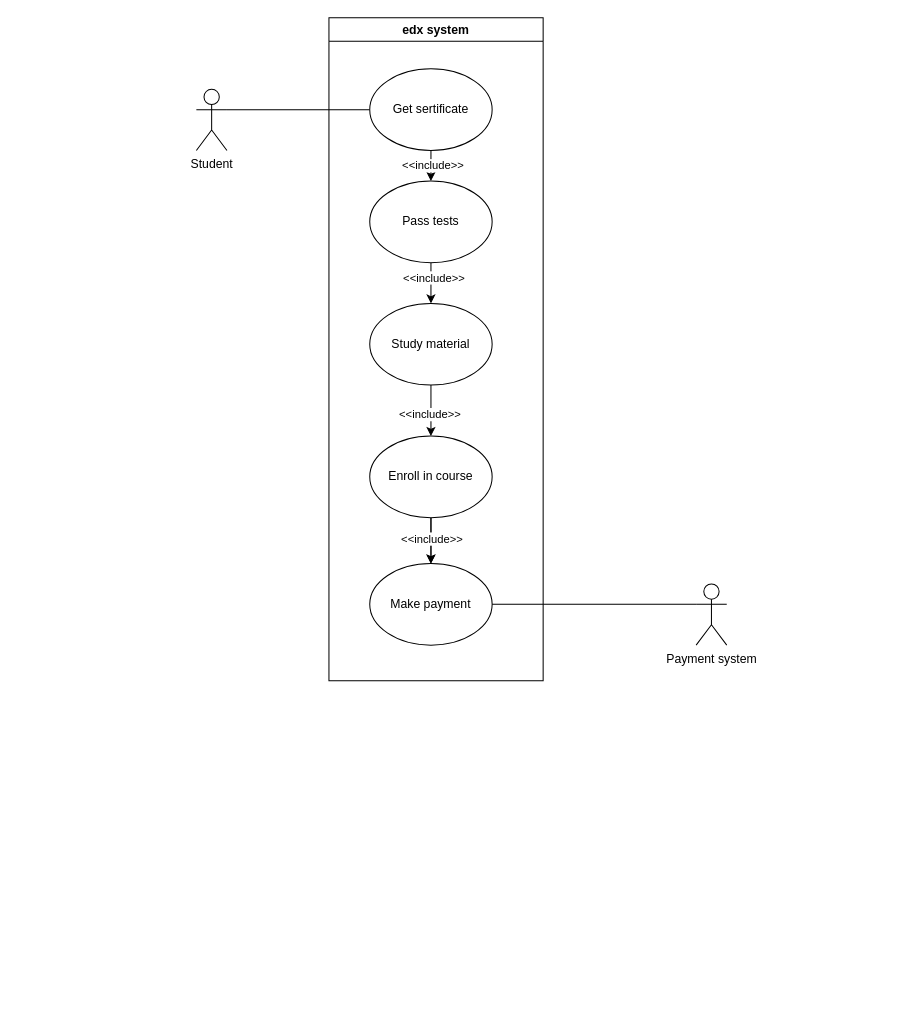
The draw.io diagram use-case.drawio.xml in vladkuz54/doc, before the edit. Source tidied: cells renumbered, new cells numbered last; positions are measured from the earlier drawing's top-left corner, leaving out a move shared by most shapes. Both pictures are drawn from the tidied source at 102%, with x=0, y=0 at pixel (196, 17).
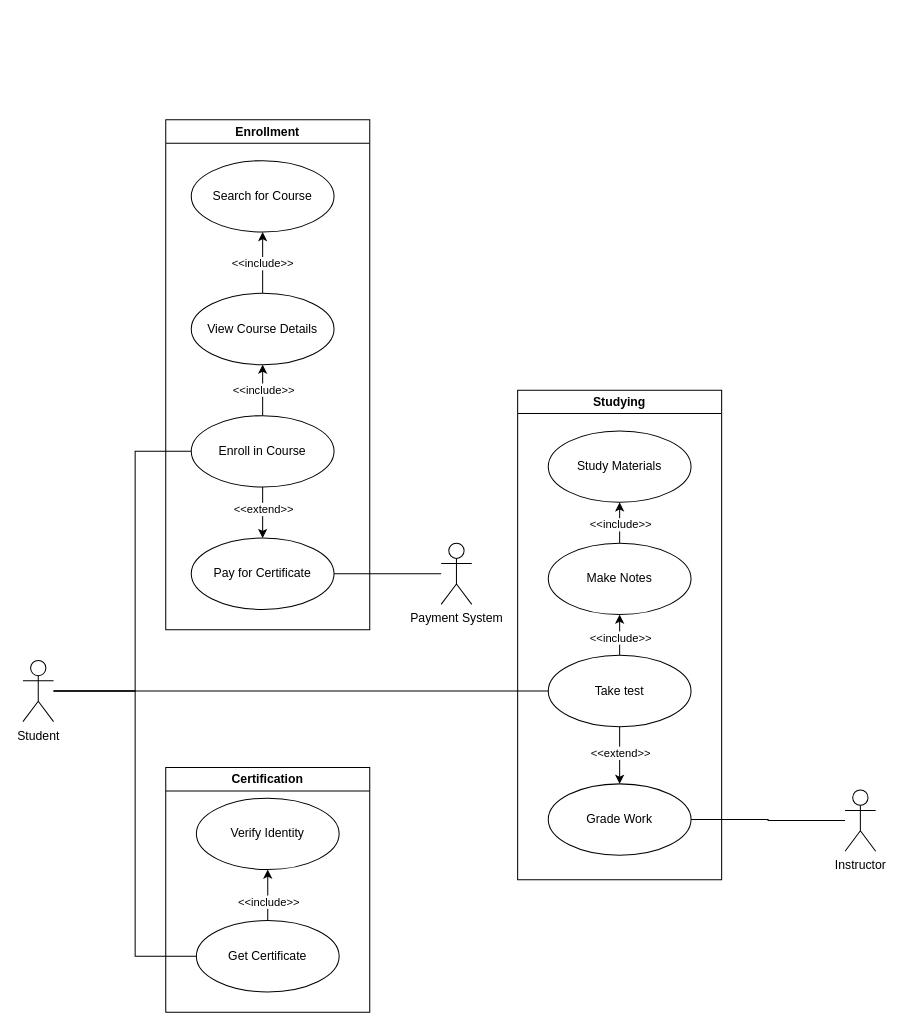
After the change.

What changed in the source:
```diff
@@
-    <mxCell id="2" value="Student" style="shape=umlActor;verticalLabelPosition=bottom;verticalAlign=top;html=1;outlineConnect=0;" parent="1" vertex="1">
-      <mxGeometry y="70" width="30" height="60" as="geometry" />
+    <mxCell id="2" style="edgeStyle=orthogonalEdgeStyle;rounded=0;jettySize=auto;html=1;entryX=1;entryY=0.5;entryDx=0;entryDy=0;endArrow=none;endFill=0;" parent="1" edge="1" source="3" target="33">
+      <mxGeometry relative="1" as="geometry" />
     </mxCell>
-    <mxCell id="3" value="Payment system" style="shape=umlActor;verticalLabelPosition=bottom;verticalAlign=top;html=1;outlineConnect=0;align=center;" parent="1" vertex="1">
-      <mxGeometry x="490" y="555" width="30" height="60" as="geometry" />
+    <mxCell id="3" value="Instructor" style="shape=umlActor;verticalLabelPosition=bottom;verticalAlign=top;html=1;" parent="1" vertex="1">
+      <mxGeometry x="636" y="757" width="30" height="60" as="geometry" />
     </mxCell>
-    <mxCell id="4" style="edgeStyle=orthogonalEdgeStyle;rounded=0;jettySize=auto;html=1;" parent="1" edge="1" source="11" target="8">
-      <mxGeometry relative="1" as="geometry" />
+    <mxCell id="4" style="edgeStyle=orthogonalEdgeStyle;rounded=0;jettySize=auto;html=1;entryX=0;entryY=0.5;entryDx=0;entryDy=0;endArrow=none;endFill=0;" parent="1" edge="1" source="7" target="18">
+      <mxGeometry relative="1" as="geometry">
+        <Array as="points">
+          <mxPoint x="-60" y="660" />
+          <mxPoint x="-60" y="425" />
+        </Array>
+      </mxGeometry>
     </mxCell>
-    <mxCell id="5" value="&amp;lt;&amp;lt;include&amp;gt;&amp;gt;" style="edgeLabel;html=1;align=center;verticalAlign=middle;" parent="4" vertex="1">
-      <mxGeometry x="0.35" y="1" relative="1" as="geometry" />
+    <mxCell id="5" style="edgeStyle=orthogonalEdgeStyle;rounded=0;jettySize=auto;html=1;entryX=0;entryY=0.5;entryDx=0;entryDy=0;endArrow=none;endFill=0;" parent="1" edge="1" source="7" target="25">
+      <mxGeometry relative="1" as="geometry" />
     </mxCell>
-    <mxCell id="6" style="edgeStyle=orthogonalEdgeStyle;rounded=0;jettySize=auto;html=1;" parent="1" edge="1" source="8" target="14">
-      <mxGeometry relative="1" as="geometry" />
+    <mxCell id="6" style="edgeStyle=orthogonalEdgeStyle;rounded=0;jettySize=auto;html=1;entryX=0;entryY=0.5;entryDx=0;entryDy=0;endArrow=none;endFill=0;" parent="1" edge="1" source="7" target="31">
+      <mxGeometry relative="1" as="geometry">
+        <Array as="points">
+          <mxPoint x="-60" y="660" />
+          <mxPoint x="-60" y="920" />
+        </Array>
+      </mxGeometry>
     </mxCell>
-    <mxCell id="7" value="&amp;lt;&amp;lt;include&amp;gt;&amp;gt;" style="edgeLabel;html=1;align=center;verticalAlign=middle;points=[];" parent="6" vertex="1">
-      <mxGeometry x="-0.3" y="2" relative="1" as="geometry" />
+    <mxCell id="7" value="Student" style="shape=umlActor;verticalLabelPosition=bottom;verticalAlign=top;html=1;" parent="1" vertex="1">
+      <mxGeometry x="-170" y="630" width="30" height="60" as="geometry" />
     </mxCell>
-    <mxCell id="8" value="Pass tests" style="ellipse;whiteSpace=wrap;html=1;" parent="1" vertex="1">
-      <mxGeometry x="170" y="160" width="120" height="80" as="geometry" />
+    <mxCell id="8" style="edgeStyle=orthogonalEdgeStyle;rounded=0;jettySize=auto;html=1;endArrow=none;endFill=0;" parent="1" edge="1" source="9" target="19">
+      <mxGeometry relative="1" as="geometry" />
     </mxCell>
-    <mxCell id="9" style="endArrow=none;html=1;rounded=0;exitX=1;exitY=0.3333333333333333;exitDx=0;exitDy=0;exitPerimeter=0;entryX=0;entryY=0.5;entryDx=0;entryDy=0;" parent="1" edge="1" source="2" target="11">
-      <mxGeometry relative="1" as="geometry" />
+    <mxCell id="9" value="Payment System" style="shape=umlActor;verticalLabelPosition=bottom;verticalAlign=top;html=1;" parent="1" vertex="1">
+      <mxGeometry x="240" y="515" width="30" height="60" as="geometry" />
     </mxCell>
-    <mxCell id="10" value="edx system" style="swimlane;whiteSpace=wrap;html=1;startSize=23;" parent="1" vertex="1">
-      <mxGeometry x="130" width="210" height="650" as="geometry" />
+    <mxCell id="10" value="Search for Course" style="ellipse;whiteSpace=wrap;html=1;" parent="1" vertex="1">
+      <mxGeometry x="-5" y="140" width="140" height="70" as="geometry" />
     </mxCell>
-    <mxCell id="11" value="Get sertificate" style="ellipse;whiteSpace=wrap;html=1;" parent="10" vertex="1">
-      <mxGeometry x="40" y="50" width="120" height="80" as="geometry" />
+    <mxCell id="11" style="edgeStyle=orthogonalEdgeStyle;rounded=0;jettySize=auto;html=1;" parent="1" edge="1" source="13" target="10">
+      <mxGeometry relative="1" as="geometry" />
     </mxCell>
-    <mxCell id="12" style="edgeStyle=orthogonalEdgeStyle;rounded=0;jettySize=auto;html=1;" parent="10" edge="1" source="14" target="19">
-      <mxGeometry relative="1" as="geometry" />
+    <mxCell id="12" value="&amp;lt;&amp;lt;include&amp;gt;&amp;gt;" style="edgeLabel;html=1;align=center;verticalAlign=middle;" parent="11" vertex="1">
+      <mxGeometry x="-0.01" y="1" relative="1" as="geometry" />
     </mxCell>
-    <mxCell id="13" value="&amp;lt;&amp;lt;include&amp;gt;&amp;gt;" style="edgeLabel;html=1;align=center;verticalAlign=middle;points=[];" parent="12" vertex="1">
-      <mxGeometry x="0.12" y="-2" relative="1" as="geometry" />
+    <mxCell id="13" value="View Course Details" style="ellipse;whiteSpace=wrap;html=1;" parent="1" vertex="1">
+      <mxGeometry x="-5" y="270" width="140" height="70" as="geometry" />
     </mxCell>
-    <mxCell id="14" value="Study material" style="ellipse;whiteSpace=wrap;html=1;" parent="10" vertex="1">
-      <mxGeometry x="40" y="280" width="120" height="80" as="geometry" />
+    <mxCell id="14" style="edgeStyle=orthogonalEdgeStyle;rounded=0;jettySize=auto;html=1;" parent="1" edge="1" source="18" target="19">
+      <mxGeometry relative="1" as="geometry" />
     </mxCell>
-    <mxCell id="15" value="Make payment" style="ellipse;whiteSpace=wrap;html=1;" parent="10" vertex="1">
-      <mxGeometry x="40" y="535" width="120" height="80" as="geometry" />
+    <mxCell id="15" value="&amp;lt;&amp;lt;extend&amp;gt;&amp;gt;" style="edgeLabel;html=1;align=center;verticalAlign=middle;points=[];" parent="14" vertex="1">
+      <mxGeometry x="-0.16" relative="1" as="geometry" />
     </mxCell>
-    <mxCell id="16" style="edgeStyle=orthogonalEdgeStyle;rounded=0;jettySize=auto;html=1;" parent="10" edge="1" source="19" target="15">
+    <mxCell id="16" style="edgeStyle=orthogonalEdgeStyle;rounded=0;jettySize=auto;html=1;" parent="1" edge="1" source="18" target="13">
       <mxGeometry relative="1" as="geometry" />
     </mxCell>
-    <mxCell id="17" style="edgeStyle=orthogonalEdgeStyle;rounded=0;jettySize=auto;html=1;" parent="10" edge="1" source="19" target="15">
-      <mxGeometry relative="1" as="geometry" />
+    <mxCell id="17" value="&amp;lt;&amp;lt;include&amp;gt;&amp;gt;" style="edgeLabel;html=1;align=center;verticalAlign=middle;" parent="16" vertex="1">
+      <mxGeometry x="0.04" relative="1" as="geometry" />
     </mxCell>
-    <mxCell id="18" value="&amp;lt;&amp;lt;include&amp;gt;&amp;gt;" style="edgeLabel;html=1;align=center;verticalAlign=middle;points=[];" parent="17" vertex="1">
-      <mxGeometry x="-0.43" y="2" relative="1" as="geometry">
-        <mxPoint x="-2" y="7" as="offset" />
-      </mxGeometry>
+    <mxCell id="18" value="Enroll in Course" style="ellipse;whiteSpace=wrap;html=1;" parent="1" vertex="1">
+      <mxGeometry x="-5" y="390" width="140" height="70" as="geometry" />
     </mxCell>
-    <mxCell id="19" value="Enroll in course" style="ellipse;whiteSpace=wrap;html=1;" parent="10" vertex="1">
-      <mxGeometry x="40" y="410" width="120" height="80" as="geometry" />
+    <mxCell id="19" value="Pay for Certificate" style="ellipse;whiteSpace=wrap;html=1;" parent="1" vertex="1">
+      <mxGeometry x="-5" y="510" width="140" height="70" as="geometry" />
     </mxCell>
-    <mxCell id="20" style="endArrow=none;html=1;rounded=0;exitX=1;exitY=0.5;exitDx=0;exitDy=0;entryX=0;entryY=0.3333333333333333;entryDx=0;entryDy=0;entryPerimeter=0;" parent="1" edge="1" source="15" target="3">
-      <mxGeometry relative="1" as="geometry" />
+    <mxCell id="20" value="Study Materials" style="ellipse;whiteSpace=wrap;html=1;" parent="1" vertex="1">
+      <mxGeometry x="345" y="405" width="140" height="70" as="geometry" />
     </mxCell>
+    <mxCell id="21" style="edgeStyle=orthogonalEdgeStyle;rounded=0;jettySize=auto;html=1;" parent="1" edge="1" source="25" target="28">
+      <mxGeometry relative="1" as="geometry" />
+    </mxCell>
+    <mxCell id="22" value="&amp;lt;&amp;lt;include&amp;gt;&amp;gt;" style="edgeLabel;html=1;align=center;verticalAlign=middle;" parent="21" vertex="1">
+      <mxGeometry x="-0.12" relative="1" as="geometry" />
+    </mxCell>
+    <mxCell id="23" style="edgeStyle=orthogonalEdgeStyle;rounded=0;jettySize=auto;html=1;" parent="1" edge="1" source="25" target="33">
+      <mxGeometry relative="1" as="geometry" />
+    </mxCell>
+    <mxCell id="24" value="&amp;lt;&amp;lt;extend&amp;gt;&amp;gt;" style="edgeLabel;html=1;align=center;verticalAlign=middle;" parent="23" vertex="1">
+      <mxGeometry x="-0.28" y="2" relative="1" as="geometry">
+        <mxPoint x="-2" y="5" as="offset" />
+      </mxGeometry>
+    </mxCell>
+    <mxCell id="25" value="Take test" style="ellipse;whiteSpace=wrap;html=1;" parent="1" vertex="1">
+      <mxGeometry x="345" y="625" width="140" height="70" as="geometry" />
+    </mxCell>
+    <mxCell id="26" style="edgeStyle=orthogonalEdgeStyle;rounded=0;jettySize=auto;html=1;" parent="1" edge="1" source="28" target="20">
+      <mxGeometry relative="1" as="geometry" />
+    </mxCell>
+    <mxCell id="27" value="&amp;lt;&amp;lt;include&amp;gt;&amp;gt;" style="edgeLabel;html=1;align=center;verticalAlign=middle;" parent="26" vertex="1">
+      <mxGeometry x="-0.07" relative="1" as="geometry" />
+    </mxCell>
+    <mxCell id="28" value="Make Notes" style="ellipse;whiteSpace=wrap;html=1;" parent="1" vertex="1">
+      <mxGeometry x="345" y="515" width="140" height="70" as="geometry" />
+    </mxCell>
+    <mxCell id="29" style="edgeStyle=orthogonalEdgeStyle;rounded=0;jettySize=auto;html=1;" parent="1" edge="1" source="31" target="32">
+      <mxGeometry relative="1" as="geometry" />
+    </mxCell>
+    <mxCell id="30" value="&amp;lt;&amp;lt;include&amp;gt;&amp;gt;" style="edgeLabel;html=1;align=center;verticalAlign=middle;" parent="29" vertex="1">
+      <mxGeometry x="-0.26" relative="1" as="geometry" />
+    </mxCell>
+    <mxCell id="31" value="Get Certificate" style="ellipse;whiteSpace=wrap;html=1;" parent="1" vertex="1">
+      <mxGeometry y="885" width="140" height="70" as="geometry" />
+    </mxCell>
+    <mxCell id="32" value="Verify Identity" style="ellipse;whiteSpace=wrap;html=1;" parent="1" vertex="1">
+      <mxGeometry y="765" width="140" height="70" as="geometry" />
+    </mxCell>
+    <mxCell id="33" value="Grade Work" style="ellipse;whiteSpace=wrap;html=1;" parent="1" vertex="1">
+      <mxGeometry x="345" y="751" width="140" height="70" as="geometry" />
+    </mxCell>
+    <mxCell id="34" value="Enrollment" style="swimlane;whiteSpace=wrap;html=1;" parent="1" vertex="1">
+      <mxGeometry x="-30" y="100" width="200" height="500" as="geometry" />
+    </mxCell>
+    <mxCell id="35" value="Studying" style="swimlane;whiteSpace=wrap;html=1;" parent="1" vertex="1">
+      <mxGeometry x="315" y="365" width="200" height="480" as="geometry" />
+    </mxCell>
+    <mxCell id="36" value="Certification" style="swimlane;whiteSpace=wrap;html=1;" parent="1" vertex="1">
+      <mxGeometry x="-30" y="735" width="200" height="240" as="geometry" />
+    </mxCell>
```
